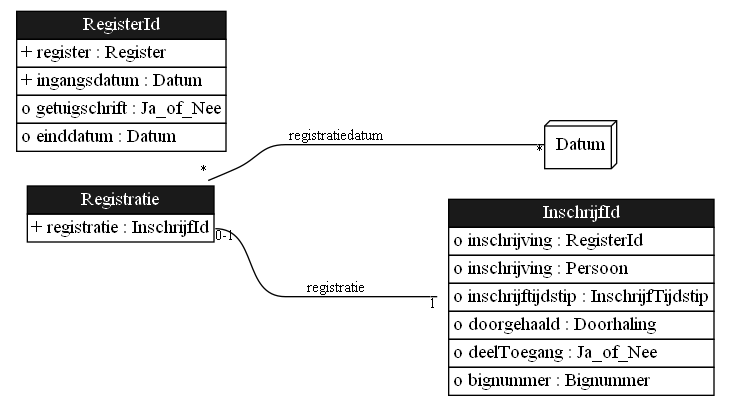
The Graphviz diagram docs/ConceptualAnalysis/images/CDPatternRegistratie.png in gedelaar/BIG, before a commit. Its source is kept beside it as docs/ConceptualAnalysis/images/CDPatternRegistratie.gv. Source of this version:
```dot
digraph {
	graph [bgcolor=white,
		rankdir=LR
	];
	node [label="\N"];
	edge [fontsize=11,
		minlen=4
	];
	InschrijfId	[color=purple,
		label=<<TABLE BGCOLOR="white" COLOR="black" BORDER="0" CELLBORDER="1" CELLSPACING="0"><TR><TD BGCOLOR="gray10" COLOR="black"><FONT COLOR="white">InschrijfId</FONT></TD></TR><TR><TD ALIGN="LEFT" PORT="inschrijving">o inschrijving : RegisterId</TD></TR><TR><TD ALIGN="LEFT" PORT="inschrijving">o inschrijving : Persoon</TD></TR><TR><TD ALIGN="LEFT" PORT="inschrijftijdstip">o inschrijftijdstip : InschrijfTijdstip</TD></TR><TR><TD ALIGN="LEFT" PORT="doorgehaald">o doorgehaald : Doorhaling</TD></TR><TR><TD ALIGN="LEFT" PORT="deelToegang">o deelToegang : Ja_of_Nee</TD></TR><TR><TD ALIGN="LEFT" PORT="bignummer">o bignummer : Bignummer</TD></TR></TABLE>>,
		shape=plaintext];
	RegisterId	[color=purple,
		label=<<TABLE BGCOLOR="white" COLOR="black" BORDER="0" CELLBORDER="1" CELLSPACING="0"><TR><TD BGCOLOR="gray10" COLOR="black"><FONT COLOR="white">RegisterId</FONT></TD></TR><TR><TD ALIGN="LEFT" PORT="register">+ register : Register</TD></TR><TR><TD ALIGN="LEFT" PORT="ingangsdatum">+ ingangsdatum : Datum</TD></TR><TR><TD ALIGN="LEFT" PORT="getuigschrift">o getuigschrift : Ja_of_Nee</TD></TR><TR><TD ALIGN="LEFT" PORT="einddatum">o einddatum : Datum</TD></TR></TABLE>>,
		shape=plaintext];
	Registratie	[color=purple,
		label=<<TABLE BGCOLOR="white" COLOR="black" BORDER="0" CELLBORDER="1" CELLSPACING="0"><TR><TD BGCOLOR="gray10" COLOR="black"><FONT COLOR="white">Registratie</FONT></TD></TR><TR><TD ALIGN="LEFT" PORT="registratie">+ registratie : InschrijfId</TD></TR></TABLE>>,
		shape=plaintext];
	Registratie:registratie -> InschrijfId	[arrowhead=onone,
		headlabel=1,
		label=registratie,
		labelfloat=true,
		taillabel="0-1"];
	Datum	[label=Datum,
		shape=box3d];
	Registratie:registratiedatum -> Datum	[arrowhead=onone,
		headlabel="*",
		label=registratiedatum,
		labelfloat=true,
		taillabel="*"];
}
```
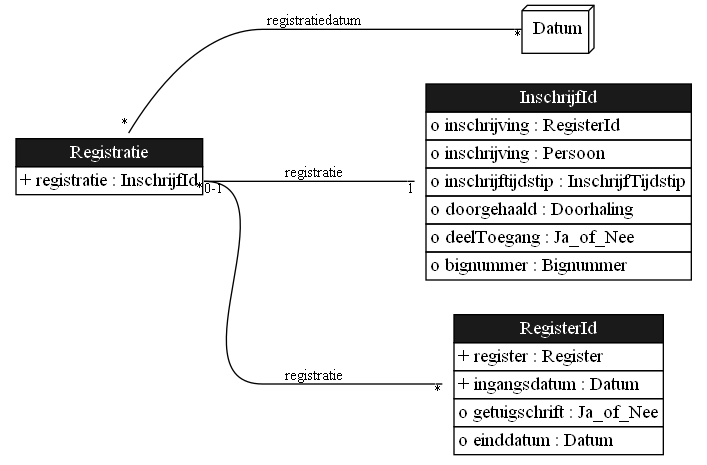
The same file after the commit.

What changed in the source:
```diff
@@ -20,6 +20,11 @@
 		label=registratie,
 		labelfloat=true,
 		taillabel="0-1"];
+	Registratie:registratie -> RegisterId	[arrowhead=onone,
+		headlabel="*",
+		label=registratie,
+		labelfloat=true,
+		taillabel="*"];
 	Datum	[label=Datum,
 		shape=box3d];
 	Registratie:registratiedatum -> Datum	[arrowhead=onone,
```
